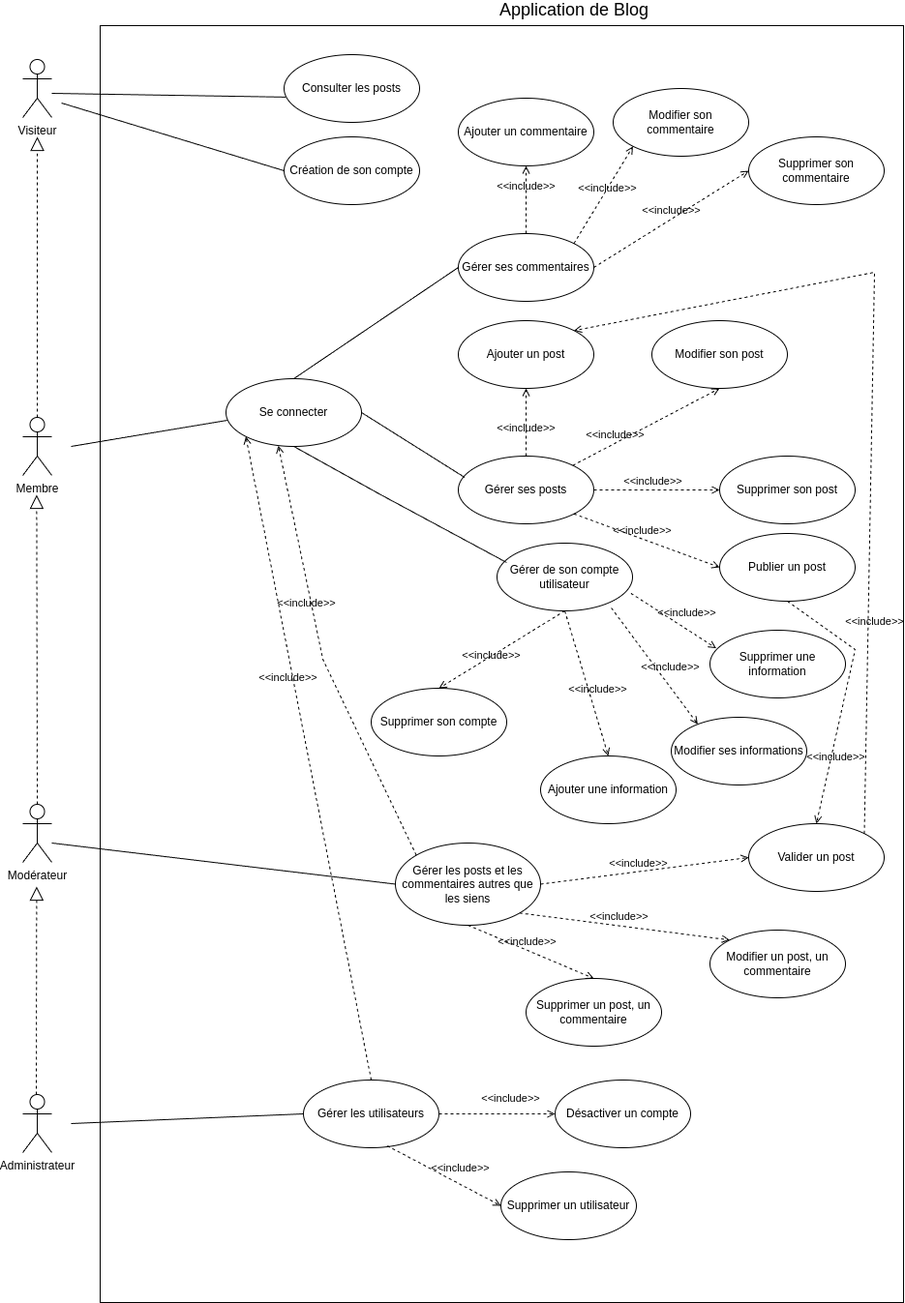
The draw.io diagram diagrammes/useCaseDiagram.drawio.png in GabrielSAPONARA/CreateYourFirstPhpBlog, before a commit. Source tidied: cells renumbered, new cells last; positions are measured from the earlier drawing's top-left corner, leaving out a move shared by most shapes.
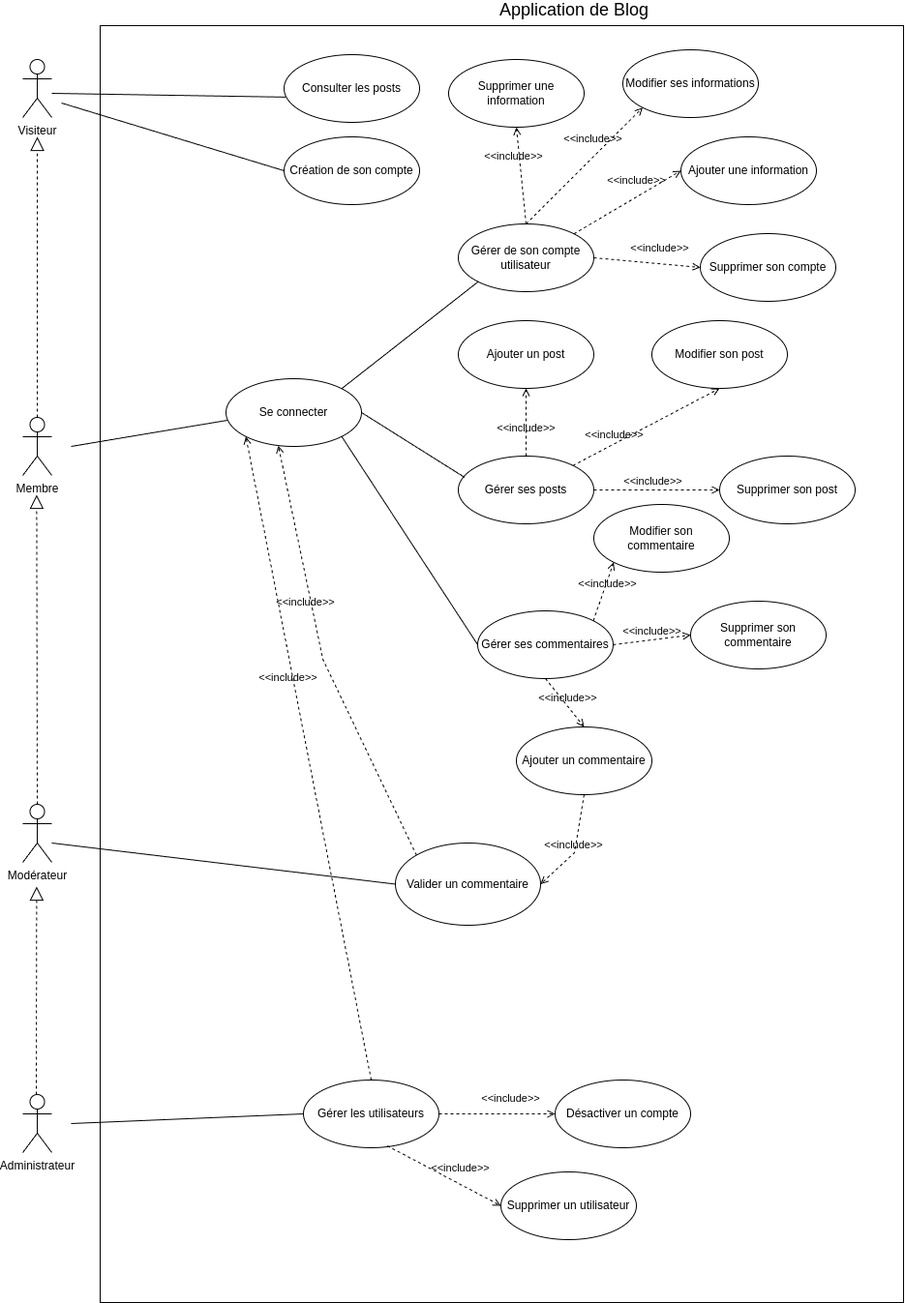
Above is the later version.

Commit message:
:building_construction: update use case diagram

Diff of the diagram source:
```diff
@@ -44,18 +44,9 @@
     <mxCell id="15" value="Se connecter" style="ellipse;whiteSpace=wrap;html=1;" parent="1" vertex="1">
       <mxGeometry x="210" y="390" width="140" height="70" as="geometry" />
     </mxCell>
-    <mxCell id="16" value="Gérer les posts et les commentaires autres que les siens" style="ellipse;whiteSpace=wrap;html=1;" parent="1" vertex="1">
+    <mxCell id="16" value="Valider un commentaire" style="ellipse;whiteSpace=wrap;html=1;" parent="1" vertex="1">
       <mxGeometry x="385" y="870" width="150" height="85" as="geometry" />
     </mxCell>
-    <mxCell id="17" value="Modifier un post, un commentaire" style="ellipse;whiteSpace=wrap;html=1;" parent="1" vertex="1">
-      <mxGeometry x="710" y="960" width="140" height="70" as="geometry" />
-    </mxCell>
-    <mxCell id="18" value="Supprimer un post, un commentaire" style="ellipse;whiteSpace=wrap;html=1;" parent="1" vertex="1">
-      <mxGeometry x="520" y="1010" width="140" height="70" as="geometry" />
-    </mxCell>
-    <mxCell id="19" value="Valider un post" style="ellipse;whiteSpace=wrap;html=1;" parent="1" vertex="1">
-      <mxGeometry x="750" y="850" width="140" height="70" as="geometry" />
-    </mxCell>
     <mxCell id="20" value="Gérer les utilisateurs" style="ellipse;whiteSpace=wrap;html=1;" parent="1" vertex="1">
       <mxGeometry x="290" y="1115" width="140" height="70" as="geometry" />
     </mxCell>
@@ -66,27 +57,27 @@
       <mxGeometry x="494" y="1210" width="140" height="70" as="geometry" />
     </mxCell>
     <mxCell id="23" value="Gérer de son compte utilisateur" style="ellipse;whiteSpace=wrap;html=1;" parent="1" vertex="1">
-      <mxGeometry x="490" y="560" width="140" height="70" as="geometry" />
+      <mxGeometry x="450" y="230" width="140" height="70" as="geometry" />
     </mxCell>
     <mxCell id="24" value="Ajouter une information" style="ellipse;whiteSpace=wrap;html=1;" parent="1" vertex="1">
-      <mxGeometry x="535" y="780" width="140" height="70" as="geometry" />
+      <mxGeometry x="680" y="140" width="140" height="70" as="geometry" />
     </mxCell>
     <mxCell id="25" value="Modifier ses informations" style="ellipse;whiteSpace=wrap;html=1;" parent="1" vertex="1">
-      <mxGeometry x="670" y="740" width="140" height="70" as="geometry" />
+      <mxGeometry x="620" y="50" width="140" height="70" as="geometry" />
     </mxCell>
     <mxCell id="26" value="Supprimer une information" style="ellipse;whiteSpace=wrap;html=1;" parent="1" vertex="1">
-      <mxGeometry x="710" y="650" width="140" height="70" as="geometry" />
+      <mxGeometry x="440" y="60" width="140" height="70" as="geometry" />
     </mxCell>
     <mxCell id="27" value="Création de son compte" style="ellipse;whiteSpace=wrap;html=1;" parent="1" vertex="1">
       <mxGeometry x="270" y="140" width="140" height="70" as="geometry" />
     </mxCell>
-    <mxCell id="28" value="&amp;lt;&amp;lt;include&amp;gt;&amp;gt;" style="html=1;verticalAlign=bottom;labelBackgroundColor=none;endArrow=open;endFill=0;dashed=1;rounded=0;exitX=0.988;exitY=0.741;exitDx=0;exitDy=0;entryX=0.046;entryY=0.266;entryDx=0;entryDy=0;exitPerimeter=0;entryPerimeter=0;" parent="1" edge="1" source="23" target="26">
+    <mxCell id="28" value="&amp;lt;&amp;lt;include&amp;gt;&amp;gt;" style="html=1;verticalAlign=bottom;labelBackgroundColor=none;endArrow=open;endFill=0;dashed=1;rounded=0;exitX=0.5;exitY=0;exitDx=0;exitDy=0;entryX=0.5;entryY=1;entryDx=0;entryDy=0;" parent="1" edge="1" source="23" target="26">
       <mxGeometry x="0.23" y="7" relative="1" as="geometry" />
     </mxCell>
-    <mxCell id="29" value="&amp;lt;&amp;lt;include&amp;gt;&amp;gt;" style="html=1;verticalAlign=bottom;labelBackgroundColor=none;endArrow=open;endFill=0;dashed=1;rounded=0;exitX=0.843;exitY=0.955;exitDx=0;exitDy=0;entryX=0.196;entryY=0.103;entryDx=0;entryDy=0;exitPerimeter=0;entryPerimeter=0;" parent="1" edge="1" source="23" target="25">
+    <mxCell id="29" value="&amp;lt;&amp;lt;include&amp;gt;&amp;gt;" style="html=1;verticalAlign=bottom;labelBackgroundColor=none;endArrow=open;endFill=0;dashed=1;rounded=0;exitX=0.5;exitY=0;exitDx=0;exitDy=0;entryX=0;entryY=1;entryDx=0;entryDy=0;" parent="1" edge="1" source="23" target="25">
       <mxGeometry x="0.23" y="7" relative="1" as="geometry" />
     </mxCell>
-    <mxCell id="30" value="&amp;lt;&amp;lt;include&amp;gt;&amp;gt;" style="html=1;verticalAlign=bottom;labelBackgroundColor=none;endArrow=open;endFill=0;dashed=1;rounded=0;exitX=0.5;exitY=1;exitDx=0;exitDy=0;entryX=0.5;entryY=0;entryDx=0;entryDy=0;" parent="1" edge="1" source="23" target="24">
+    <mxCell id="30" value="&amp;lt;&amp;lt;include&amp;gt;&amp;gt;" style="html=1;verticalAlign=bottom;labelBackgroundColor=none;endArrow=open;endFill=0;dashed=1;rounded=0;exitX=1;exitY=0;exitDx=0;exitDy=0;entryX=0;entryY=0.5;entryDx=0;entryDy=0;" parent="1" edge="1" source="23" target="24">
       <mxGeometry x="0.23" y="7" relative="1" as="geometry" />
     </mxCell>
     <mxCell id="31" value="&amp;lt;&amp;lt;include&amp;gt;&amp;gt;" style="html=1;verticalAlign=bottom;labelBackgroundColor=none;endArrow=open;endFill=0;dashed=1;rounded=0;exitX=1;exitY=0.5;exitDx=0;exitDy=0;entryX=0;entryY=0.5;entryDx=0;entryDy=0;" parent="1" edge="1" source="20" target="21">
@@ -104,7 +95,7 @@
       <mxGeometry relative="1" as="geometry" />
     </mxCell>
     <mxCell id="35" value="Gérer ses commentaires" style="ellipse;whiteSpace=wrap;html=1;" parent="1" vertex="1">
-      <mxGeometry x="450" y="240" width="140" height="70" as="geometry" />
+      <mxGeometry x="470" y="630" width="140" height="70" as="geometry" />
     </mxCell>
     <mxCell id="36" style="endArrow=none;html=1;rounded=0;exitX=0;exitY=0.5;exitDx=0;exitDy=0;" parent="1" edge="1" source="27">
       <mxGeometry relative="1" as="geometry">
@@ -112,15 +103,15 @@
       </mxGeometry>
     </mxCell>
     <mxCell id="37" value="Ajouter un commentaire" style="ellipse;whiteSpace=wrap;html=1;" parent="1" vertex="1">
-      <mxGeometry x="450" y="100" width="140" height="70" as="geometry" />
+      <mxGeometry x="510" y="750" width="140" height="70" as="geometry" />
     </mxCell>
     <mxCell id="38" value="Modifier son commentaire" style="ellipse;whiteSpace=wrap;html=1;" parent="1" vertex="1">
-      <mxGeometry x="610" y="90" width="140" height="70" as="geometry" />
+      <mxGeometry x="590" y="520" width="140" height="70" as="geometry" />
     </mxCell>
     <mxCell id="39" value="Supprimer son commentaire" style="ellipse;whiteSpace=wrap;html=1;" parent="1" vertex="1">
-      <mxGeometry x="750" y="140" width="140" height="70" as="geometry" />
+      <mxGeometry x="690" y="620" width="140" height="70" as="geometry" />
     </mxCell>
-    <mxCell id="40" value="&amp;lt;&amp;lt;include&amp;gt;&amp;gt;" style="html=1;verticalAlign=bottom;labelBackgroundColor=none;endArrow=open;endFill=0;dashed=1;rounded=0;exitX=0.5;exitY=0;exitDx=0;exitDy=0;entryX=0.5;entryY=1;entryDx=0;entryDy=0;" parent="1" edge="1" source="35" target="37">
+    <mxCell id="40" value="&amp;lt;&amp;lt;include&amp;gt;&amp;gt;" style="html=1;verticalAlign=bottom;labelBackgroundColor=none;endArrow=open;endFill=0;dashed=1;rounded=0;exitX=0.5;exitY=1;exitDx=0;exitDy=0;entryX=0.5;entryY=0;entryDx=0;entryDy=0;" parent="1" edge="1" source="35" target="37">
       <mxGeometry x="0.14" relative="1" as="geometry" />
     </mxCell>
     <mxCell id="41" value="&amp;lt;&amp;lt;include&amp;gt;&amp;gt;" style="html=1;verticalAlign=bottom;labelBackgroundColor=none;endArrow=open;endFill=0;dashed=1;rounded=0;exitX=1;exitY=0;exitDx=0;exitDy=0;entryX=0;entryY=1;entryDx=0;entryDy=0;" parent="1" edge="1" source="35" target="38">
@@ -129,7 +120,7 @@
     <mxCell id="42" value="&amp;lt;&amp;lt;include&amp;gt;&amp;gt;" style="html=1;verticalAlign=bottom;labelBackgroundColor=none;endArrow=open;endFill=0;dashed=1;rounded=0;exitX=1;exitY=0.5;exitDx=0;exitDy=0;entryX=0;entryY=0.5;entryDx=0;entryDy=0;" parent="1" edge="1" source="35" target="39">
       <mxGeometry relative="1" as="geometry" />
     </mxCell>
-    <mxCell id="43" style="endArrow=none;html=1;rounded=0;exitX=0;exitY=0.5;exitDx=0;exitDy=0;entryX=0.5;entryY=0;entryDx=0;entryDy=0;" parent="1" edge="1" source="35" target="15">
+    <mxCell id="43" style="endArrow=none;html=1;rounded=0;exitX=0;exitY=0.5;exitDx=0;exitDy=0;entryX=1;entryY=1;entryDx=0;entryDy=0;" parent="1" edge="1" source="35" target="15">
       <mxGeometry relative="1" as="geometry" />
     </mxCell>
     <mxCell id="44" style="endArrow=block;dashed=1;endFill=0;endSize=12;html=1;rounded=0;exitX=0.5;exitY=0;exitDx=0;exitDy=0;exitPerimeter=0;" parent="1" edge="1" source="5">
@@ -148,21 +139,6 @@
         <mxPoint x="14.4" y="915" as="targetPoint" />
       </mxGeometry>
     </mxCell>
-    <mxCell id="47" value="Publier un post" style="ellipse;whiteSpace=wrap;html=1;" parent="1" vertex="1">
-      <mxGeometry x="720" y="550" width="140" height="70" as="geometry" />
-    </mxCell>
-    <mxCell id="48" value="&amp;lt;&amp;lt;include&amp;gt;&amp;gt;" style="html=1;verticalAlign=bottom;labelBackgroundColor=none;endArrow=open;endFill=0;dashed=1;rounded=0;exitX=1;exitY=1;exitDx=0;exitDy=0;entryX=0;entryY=0.5;entryDx=0;entryDy=0;" parent="1" edge="1" source="9" target="47">
-      <mxGeometry x="-0.06" relative="1" as="geometry" />
-    </mxCell>
-    <mxCell id="49" value="&amp;lt;&amp;lt;include&amp;gt;&amp;gt;" style="html=1;verticalAlign=bottom;labelBackgroundColor=none;endArrow=open;endFill=0;dashed=1;rounded=0;exitX=1;exitY=0.5;exitDx=0;exitDy=0;entryX=0;entryY=0.5;entryDx=0;entryDy=0;" parent="1" edge="1" source="16" target="19">
-      <mxGeometry x="-0.06" relative="1" as="geometry" />
-    </mxCell>
-    <mxCell id="50" value="&amp;lt;&amp;lt;include&amp;gt;&amp;gt;" style="html=1;verticalAlign=bottom;labelBackgroundColor=none;endArrow=open;endFill=0;dashed=1;rounded=0;exitX=1;exitY=1;exitDx=0;exitDy=0;entryX=0;entryY=0;entryDx=0;entryDy=0;" parent="1" edge="1" source="16" target="17">
-      <mxGeometry x="-0.06" relative="1" as="geometry" />
-    </mxCell>
-    <mxCell id="51" value="&amp;lt;&amp;lt;include&amp;gt;&amp;gt;" style="html=1;verticalAlign=bottom;labelBackgroundColor=none;endArrow=open;endFill=0;dashed=1;rounded=0;exitX=0.5;exitY=1;exitDx=0;exitDy=0;entryX=0.5;entryY=0;entryDx=0;entryDy=0;" parent="1" edge="1" source="16" target="18">
-      <mxGeometry x="-0.06" relative="1" as="geometry" />
-    </mxCell>
     <mxCell id="52" style="endArrow=none;html=1;rounded=0;exitX=0;exitY=0.5;exitDx=0;exitDy=0;" parent="1" edge="1" source="16">
       <mxGeometry relative="1" as="geometry">
         <mxPoint x="30" y="870" as="targetPoint" />
@@ -173,37 +149,18 @@
         <mxPoint x="50" y="1160" as="targetPoint" />
       </mxGeometry>
     </mxCell>
-    <mxCell id="54" style="endArrow=none;html=1;rounded=0;exitX=0.071;exitY=0.286;exitDx=0;exitDy=0;exitPerimeter=0;entryX=0.5;entryY=1;entryDx=0;entryDy=0;" parent="1" edge="1" source="23" target="15">
-      <mxGeometry relative="1" as="geometry">
-        <Array as="points">
-          <mxPoint x="370" y="510" />
-        </Array>
-      </mxGeometry>
+    <mxCell id="54" style="endArrow=none;html=1;rounded=0;exitX=0;exitY=1;exitDx=0;exitDy=0;entryX=1;entryY=0;entryDx=0;entryDy=0;" parent="1" edge="1" source="23" target="15">
+      <mxGeometry relative="1" as="geometry" />
     </mxCell>
     <mxCell id="55" value="&lt;span style=&quot;font-size: 18px;&quot;&gt;Application de Blog&lt;/span&gt;&lt;div&gt;&lt;span style=&quot;font-size: 18px;&quot;&gt;&lt;br&gt;&lt;/span&gt;&lt;/div&gt;" style="text;html=1;align=center;verticalAlign=middle;whiteSpace=wrap;rounded=0;" parent="1" vertex="1">
       <mxGeometry x="440" width="260" height="40" as="geometry" />
     </mxCell>
     <mxCell id="56" value="Supprimer son compte" style="ellipse;whiteSpace=wrap;html=1;" parent="1" vertex="1">
-      <mxGeometry x="360" y="710" width="140" height="70" as="geometry" />
+      <mxGeometry x="700" y="240" width="140" height="70" as="geometry" />
     </mxCell>
-    <mxCell id="57" value="&amp;lt;&amp;lt;include&amp;gt;&amp;gt;" style="html=1;verticalAlign=bottom;labelBackgroundColor=none;endArrow=open;endFill=0;dashed=1;rounded=0;exitX=0.5;exitY=1;exitDx=0;exitDy=0;entryX=0.5;entryY=0;entryDx=0;entryDy=0;" parent="1" edge="1" source="23" target="56">
+    <mxCell id="57" value="&amp;lt;&amp;lt;include&amp;gt;&amp;gt;" style="html=1;verticalAlign=bottom;labelBackgroundColor=none;endArrow=open;endFill=0;dashed=1;rounded=0;exitX=1;exitY=0.5;exitDx=0;exitDy=0;entryX=0;entryY=0.5;entryDx=0;entryDy=0;" parent="1" edge="1" source="23" target="56">
       <mxGeometry x="0.23" y="7" relative="1" as="geometry" />
     </mxCell>
-    <mxCell id="58" value="&amp;lt;&amp;lt;include&amp;gt;&amp;gt;" style="html=1;verticalAlign=bottom;labelBackgroundColor=none;endArrow=open;endFill=0;dashed=1;rounded=0;entryX=1;entryY=0;entryDx=0;entryDy=0;exitX=1;exitY=0;exitDx=0;exitDy=0;" parent="1" edge="1" source="19" target="8">
-      <mxGeometry x="-0.53" y="-7" relative="1" as="geometry">
-        <Array as="points">
-          <mxPoint x="880" y="280" />
-        </Array>
-      </mxGeometry>
-    </mxCell>
-    <mxCell id="59" value="&amp;lt;&amp;lt;include&amp;gt;&amp;gt;" style="html=1;verticalAlign=bottom;labelBackgroundColor=none;endArrow=open;endFill=0;dashed=1;rounded=0;exitX=0.5;exitY=1;exitDx=0;exitDy=0;entryX=0.5;entryY=0;entryDx=0;entryDy=0;" parent="1" edge="1" source="47" target="19">
-      <mxGeometry x="0.53" y="7" relative="1" as="geometry">
-        <Array as="points">
-          <mxPoint x="860" y="670" />
-        </Array>
-        <mxPoint y="-1" as="offset" />
-      </mxGeometry>
-    </mxCell>
     <mxCell id="60" style="endArrow=none;html=1;rounded=0;exitX=0.009;exitY=0.614;exitDx=0;exitDy=0;exitPerimeter=0;" parent="1" edge="1" source="15">
       <mxGeometry relative="1" as="geometry">
         <mxPoint x="50" y="460" as="targetPoint" />
@@ -219,5 +176,12 @@
         </Array>
       </mxGeometry>
     </mxCell>
+    <mxCell id="63" value="&amp;lt;&amp;lt;include&amp;gt;&amp;gt;" style="html=1;verticalAlign=bottom;labelBackgroundColor=none;endArrow=open;endFill=0;dashed=1;rounded=0;exitX=0.5;exitY=1;exitDx=0;exitDy=0;entryX=1;entryY=0.5;entryDx=0;entryDy=0;" parent="1" edge="1" source="37" target="16">
+      <mxGeometry x="0.14" relative="1" as="geometry">
+        <Array as="points">
+          <mxPoint x="570" y="880" />
+        </Array>
+      </mxGeometry>
+    </mxCell>
   </root>
 </mxGraphModel>
```
